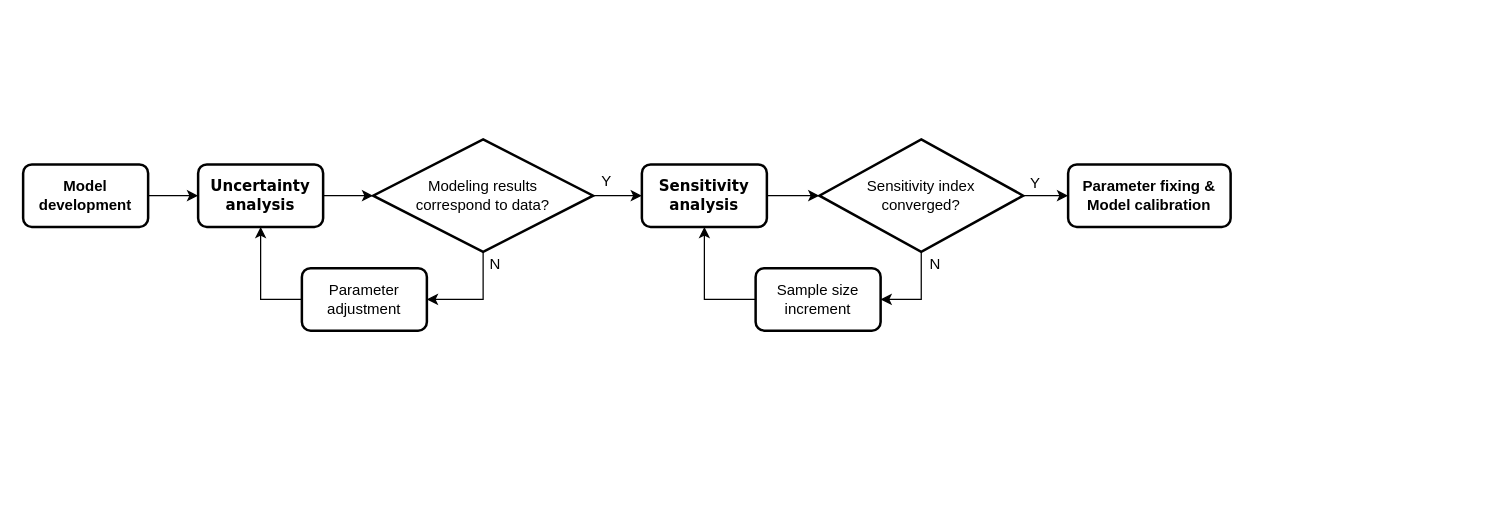
Earlier version of the draw.io diagram diagram/Workflow.drawio (nanhung/pksensi-JSS). Source tidied: cells renumbered, new cells numbered last; positions are measured from the earlier drawing's top-left corner, leaving out a move shared by most shapes. Both pictures are drawn from the tidied source at 125%, with x=0, y=0 at pixel (22, 139).
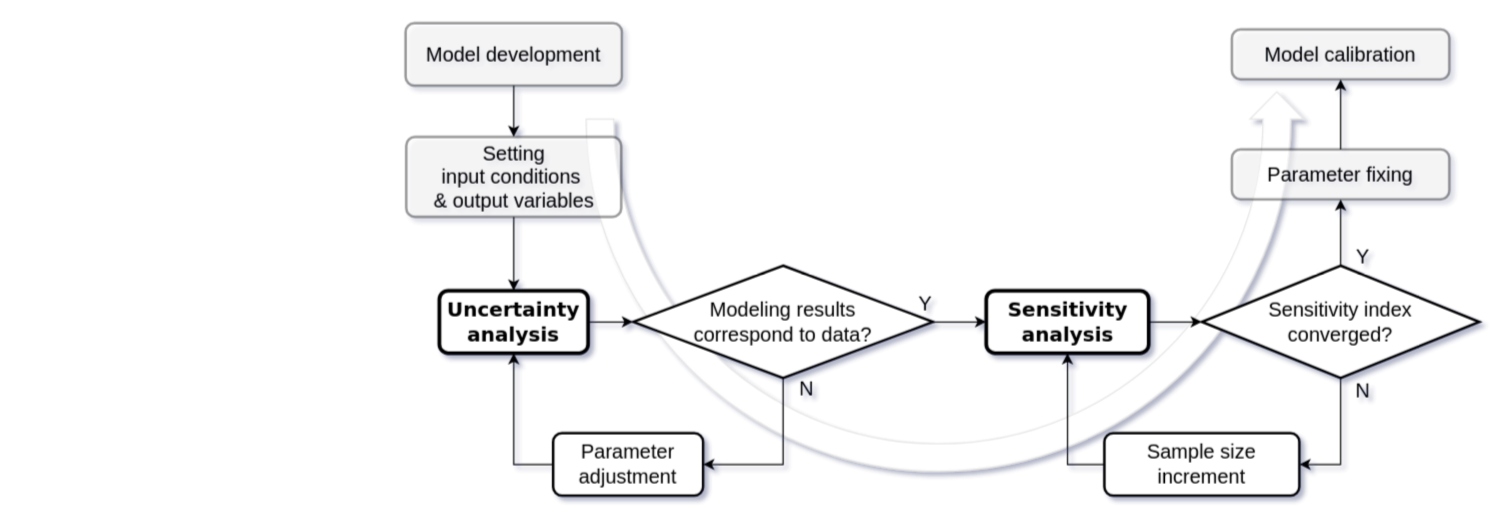
After the change.

Change to the diagram source:
```diff
@@
-<mxGraphModel>
+<mxGraphModel shadow="1">
@@
-    <mxCell id="2" style="edgeStyle=orthogonalEdgeStyle;rounded=0;jettySize=auto;html=1;" parent="1" edge="1" source="3" target="4">
-      <mxGeometry relative="1" as="geometry" />
-    </mxCell>
+    <mxCell id="23" style="html=1;shadow=0;dashed=0;align=center;verticalAlign=middle;shape=mxgraph.arrows2.uTurnArrow;dy=11;arrowHead=43;dx2=21.85;strokeColor=#E6E6E6;strokeWidth=1;rotation=-90;flipV=1;perimeterSpacing=0;" parent="1" vertex="1">
+      <mxGeometry x="707" y="-52" width="61" height="574" as="geometry" />
+    </mxCell>
+    <mxCell id="24" style="edgeStyle=orthogonalEdgeStyle;rounded=0;jettySize=auto;html=1;" parent="1" edge="1" source="3" target="28">
+      <mxGeometry relative="1" as="geometry" />
+    </mxCell>
-    <mxCell id="3" value="&lt;b&gt;Model development&lt;/b&gt;" style="rounded=1;whiteSpace=wrap;html=1;absoluteArcSize=1;arcSize=14;strokeWidth=2;" parent="1" vertex="1">
-      <mxGeometry y="20" width="100" height="50" as="geometry" />
+    <mxCell id="3" value="&lt;font style=&quot;font-size: 16px&quot;&gt;Model development&lt;/font&gt;" style="rounded=1;whiteSpace=wrap;html=1;absoluteArcSize=1;arcSize=14;strokeWidth=2;opacity=40;" parent="1" vertex="1">
+      <mxGeometry x="306" y="-93" width="173" height="50" as="geometry" />
     </mxCell>
-    <mxCell id="4" value="&lt;font face=&quot;Verdana&quot;&gt;&lt;b&gt;Uncertainty analysis&lt;/b&gt;&lt;/font&gt;" style="rounded=1;whiteSpace=wrap;html=1;absoluteArcSize=1;arcSize=14;strokeWidth=2;" parent="1" vertex="1">
-      <mxGeometry x="140" y="20" width="100" height="50" as="geometry" />
+    <mxCell id="4" value="&lt;font style=&quot;font-size: 16px&quot; face=&quot;Verdana&quot;&gt;&lt;b&gt;Uncertainty analysis&lt;/b&gt;&lt;/font&gt;" style="rounded=1;whiteSpace=wrap;html=1;absoluteArcSize=1;arcSize=14;strokeWidth=3;" parent="1" vertex="1">
+      <mxGeometry x="333" y="121" width="119" height="50" as="geometry" />
     </mxCell>
+    <mxCell id="8" style="edgeStyle=orthogonalEdgeStyle;rounded=0;jettySize=auto;html=1;" parent="1" edge="1" source="5" target="7">
+      <mxGeometry relative="1" as="geometry" />
+    </mxCell>
-    <mxCell id="5" value="&lt;div&gt;&lt;font style=&quot;font-size: 12px&quot;&gt;Modeling results &lt;br&gt;&lt;/font&gt;&lt;/div&gt;&lt;div&gt;&lt;font style=&quot;font-size: 12px&quot;&gt;correspond to data?&lt;/font&gt;&lt;/div&gt;" style="strokeWidth=2;html=1;shape=mxgraph.flowchart.decision;whiteSpace=wrap;" parent="1" vertex="1">
-      <mxGeometry x="280" width="176" height="90" as="geometry" />
+    <mxCell id="5" value="&lt;div style=&quot;font-size: 16px&quot;&gt;&lt;font style=&quot;font-size: 16px&quot;&gt;Modeling results &lt;br&gt;&lt;/font&gt;&lt;/div&gt;&lt;div style=&quot;font-size: 16px&quot;&gt;&lt;font style=&quot;font-size: 16px&quot;&gt;correspond to data?&lt;/font&gt;&lt;/div&gt;" style="strokeWidth=2;html=1;shape=mxgraph.flowchart.decision;whiteSpace=wrap;" parent="1" vertex="1">
+      <mxGeometry x="488" y="101" width="240" height="90" as="geometry" />
     </mxCell>
@@
-    <mxCell id="7" value="&lt;font face=&quot;Verdana&quot;&gt;&lt;b&gt;Sensitivity analysis&lt;/b&gt;&lt;/font&gt;" style="rounded=1;whiteSpace=wrap;html=1;absoluteArcSize=1;arcSize=14;strokeWidth=2;" parent="1" vertex="1">
-      <mxGeometry x="495" y="20" width="100" height="50" as="geometry" />
+    <mxCell id="7" value="&lt;font style=&quot;font-size: 16px&quot; face=&quot;Verdana&quot;&gt;&lt;b&gt;Sensitivity analysis&lt;/b&gt;&lt;/font&gt;" style="rounded=1;whiteSpace=wrap;html=1;absoluteArcSize=1;arcSize=14;strokeWidth=3;" parent="1" vertex="1">
+      <mxGeometry x="770.5" y="121" width="130" height="50" as="geometry" />
     </mxCell>
-    <mxCell id="8" style="edgeStyle=orthogonalEdgeStyle;rounded=0;jettySize=auto;html=1;" parent="1" edge="1" source="5" target="7">
-      <mxGeometry relative="1" as="geometry" />
-    </mxCell>
@@
-    <mxCell id="10" value="Parameter adjustment" style="rounded=1;whiteSpace=wrap;html=1;absoluteArcSize=1;arcSize=14;strokeWidth=2;" parent="1" vertex="1">
-      <mxGeometry x="223" y="103" width="100" height="50" as="geometry" />
+    <mxCell id="10" value="&lt;font style=&quot;font-size: 16px&quot;&gt;Parameter adjustment&lt;/font&gt;" style="rounded=1;whiteSpace=wrap;html=1;absoluteArcSize=1;arcSize=14;strokeWidth=2;" parent="1" vertex="1">
+      <mxGeometry x="424" y="235" width="120" height="50" as="geometry" />
     </mxCell>
-    <mxCell id="11" style="edgeStyle=orthogonalEdgeStyle;rounded=0;jettySize=auto;html=1;entryX=1;entryY=0.5;entryDx=0;entryDy=0;" parent="1" edge="1" source="5" target="10">
+    <mxCell id="11" style="edgeStyle=orthogonalEdgeStyle;rounded=0;jettySize=auto;html=1;entryX=1;entryY=0.5;entryDx=0;entryDy=0;exitX=0.5;exitY=1;exitDx=0;exitDy=0;exitPerimeter=0;" parent="1" edge="1" source="5" target="10">
       <mxGeometry relative="1" as="geometry" />
     </mxCell>
+    <mxCell id="16" style="edgeStyle=orthogonalEdgeStyle;rounded=0;jettySize=auto;html=1;entryX=1;entryY=0.5;entryDx=0;entryDy=0;" parent="1" edge="1" source="12" target="15">
+      <mxGeometry relative="1" as="geometry" />
+    </mxCell>
+    <mxCell id="18" style="edgeStyle=orthogonalEdgeStyle;rounded=0;jettySize=auto;html=1;" parent="1" edge="1" source="12" target="17">
+      <mxGeometry relative="1" as="geometry" />
+    </mxCell>
-    <mxCell id="12" value="&lt;div&gt;Sensitivity index &lt;br&gt;&lt;/div&gt;&lt;div&gt;converged?&lt;/div&gt;" style="strokeWidth=2;html=1;shape=mxgraph.flowchart.decision;whiteSpace=wrap;" parent="1" vertex="1">
-      <mxGeometry x="637" width="163" height="90" as="geometry" />
+    <mxCell id="12" value="&lt;div style=&quot;font-size: 16px&quot;&gt;&lt;font style=&quot;font-size: 16px&quot;&gt;&lt;font style=&quot;font-size: 16px&quot;&gt;Sensitivity index &lt;/font&gt;&lt;br&gt;&lt;/font&gt;&lt;/div&gt;&lt;div style=&quot;font-size: 16px&quot;&gt;&lt;font style=&quot;font-size: 16px&quot;&gt;converged?&lt;/font&gt;&lt;/div&gt;" style="strokeWidth=2;html=1;shape=mxgraph.flowchart.decision;whiteSpace=wrap;" parent="1" vertex="1">
+      <mxGeometry x="943" y="101" width="222" height="90" as="geometry" />
     </mxCell>
@@
-    <mxCell id="15" value="Sample size increment" style="rounded=1;whiteSpace=wrap;html=1;absoluteArcSize=1;arcSize=14;strokeWidth=2;" parent="1" vertex="1">
-      <mxGeometry x="586" y="103" width="100" height="50" as="geometry" />
+    <mxCell id="15" value="&lt;font style=&quot;font-size: 16px&quot;&gt;Sample size increment&lt;/font&gt;" style="rounded=1;whiteSpace=wrap;html=1;absoluteArcSize=1;arcSize=14;strokeWidth=2;" parent="1" vertex="1">
+      <mxGeometry x="865" y="235" width="156" height="50" as="geometry" />
     </mxCell>
-    <mxCell id="16" style="edgeStyle=orthogonalEdgeStyle;rounded=0;jettySize=auto;html=1;entryX=1;entryY=0.5;entryDx=0;entryDy=0;exitX=0.5;exitY=1;exitDx=0;exitDy=0;exitPerimeter=0;" parent="1" edge="1" source="12" target="15">
-      <mxGeometry relative="1" as="geometry">
-        <Array as="points">
-          <mxPoint x="718" y="128" />
-        </Array>
-      </mxGeometry>
-    </mxCell>
+    <mxCell id="25" style="edgeStyle=orthogonalEdgeStyle;rounded=0;jettySize=auto;html=1;" parent="1" edge="1" source="17" target="30">
+      <mxGeometry relative="1" as="geometry" />
+    </mxCell>
-    <mxCell id="17" value="&lt;div&gt;&lt;b&gt;Parameter fixing &amp;amp; &lt;br&gt;&lt;/b&gt;&lt;/div&gt;&lt;div&gt;&lt;b&gt;Model calibration&lt;/b&gt;&lt;/div&gt;" style="rounded=1;whiteSpace=wrap;html=1;absoluteArcSize=1;arcSize=14;strokeWidth=2;" parent="1" vertex="1">
-      <mxGeometry x="836" y="20" width="130" height="50" as="geometry" />
+    <mxCell id="17" value="&lt;div style=&quot;font-size: 16px&quot;&gt;&lt;font style=&quot;font-size: 16px&quot;&gt;Parameter fixing &lt;br&gt;&lt;/font&gt;&lt;/div&gt;" style="rounded=1;whiteSpace=wrap;html=1;absoluteArcSize=1;arcSize=14;strokeWidth=2;opacity=40;" parent="1" vertex="1">
+      <mxGeometry x="967" y="8" width="174" height="40" as="geometry" />
     </mxCell>
-    <mxCell id="18" style="edgeStyle=orthogonalEdgeStyle;rounded=0;jettySize=auto;html=1;entryX=0;entryY=0.5;entryDx=0;entryDy=0;" parent="1" edge="1" source="12" target="17">
-      <mxGeometry relative="1" as="geometry" />
-    </mxCell>
-    <mxCell id="19" value="Y" style="text;html=1;strokeColor=none;fillColor=none;align=center;verticalAlign=middle;whiteSpace=wrap;rounded=0;" parent="1" vertex="1">
-      <mxGeometry x="447" y="24" width="40" height="20" as="geometry" />
+    <mxCell id="19" value="&lt;font style=&quot;font-size: 16px&quot;&gt;Y&lt;/font&gt;" style="text;html=1;strokeColor=none;fillColor=none;align=center;verticalAlign=middle;whiteSpace=wrap;rounded=0;" parent="1" vertex="1">
+      <mxGeometry x="701.5" y="121" width="40" height="20" as="geometry" />
     </mxCell>
-    <mxCell id="20" value="Y" style="text;html=1;strokeColor=none;fillColor=none;align=center;verticalAlign=middle;whiteSpace=wrap;rounded=0;" parent="1" vertex="1">
-      <mxGeometry x="790" y="25" width="40" height="20" as="geometry" />
+    <mxCell id="20" value="&lt;font style=&quot;font-size: 16px&quot;&gt;Y&lt;/font&gt;" style="text;html=1;strokeColor=none;fillColor=none;align=center;verticalAlign=middle;whiteSpace=wrap;rounded=0;" parent="1" vertex="1">
+      <mxGeometry x="1051.5" y="84" width="40" height="20" as="geometry" />
     </mxCell>
-    <mxCell id="21" value="N" style="text;html=1;strokeColor=none;fillColor=none;align=center;verticalAlign=middle;whiteSpace=wrap;rounded=0;" parent="1" vertex="1">
-      <mxGeometry x="358" y="90" width="40" height="20" as="geometry" />
-    </mxCell>
-    <mxCell id="22" value="N" style="text;html=1;strokeColor=none;fillColor=none;align=center;verticalAlign=middle;whiteSpace=wrap;rounded=0;" parent="1" vertex="1">
-      <mxGeometry x="710" y="90" width="40" height="20" as="geometry" />
-    </mxCell>
+    <mxCell id="26" value="&lt;font style=&quot;font-size: 16px&quot;&gt;N&lt;/font&gt;" style="text;html=1;strokeColor=none;fillColor=none;align=center;verticalAlign=middle;whiteSpace=wrap;rounded=0;" parent="1" vertex="1">
+      <mxGeometry x="1051.5" y="191" width="40" height="20" as="geometry" />
+    </mxCell>
+    <mxCell id="27" style="edgeStyle=orthogonalEdgeStyle;rounded=0;jettySize=auto;html=1;" parent="1" edge="1" source="28" target="4">
+      <mxGeometry relative="1" as="geometry" />
+    </mxCell>
+    <mxCell id="28" value="&lt;div style=&quot;font-size: 16px&quot;&gt;&lt;font style=&quot;font-size: 16px&quot;&gt;Setting &lt;br&gt;&lt;/font&gt;&lt;/div&gt;&lt;div style=&quot;font-size: 16px&quot;&gt;&lt;font style=&quot;font-size: 16px&quot;&gt;input conditions&amp;nbsp; &lt;br&gt;&lt;/font&gt;&lt;/div&gt;&lt;div style=&quot;font-size: 16px&quot;&gt;&lt;font style=&quot;font-size: 16px&quot;&gt;&amp;amp; output variables&lt;/font&gt;&lt;/div&gt;" style="rounded=1;whiteSpace=wrap;html=1;absoluteArcSize=1;arcSize=14;strokeWidth=2;opacity=40;" parent="1" vertex="1">
+      <mxGeometry x="306.5" y="-2" width="172" height="64" as="geometry" />
+    </mxCell>
+    <mxCell id="29" value="&lt;font style=&quot;font-size: 16px&quot;&gt;N&lt;/font&gt;" style="text;html=1;strokeColor=none;fillColor=none;align=center;verticalAlign=middle;whiteSpace=wrap;rounded=0;" parent="1" vertex="1">
+      <mxGeometry x="606.5" y="189" width="40" height="20" as="geometry" />
+    </mxCell>
+    <mxCell id="30" value="&lt;div style=&quot;font-size: 16px&quot;&gt;Model calibration&lt;font style=&quot;font-size: 16px&quot;&gt;&lt;br&gt;&lt;/font&gt;&lt;/div&gt;" style="rounded=1;whiteSpace=wrap;html=1;absoluteArcSize=1;arcSize=14;strokeWidth=2;opacity=40;" parent="1" vertex="1">
+      <mxGeometry x="967" y="-88" width="174" height="40" as="geometry" />
+    </mxCell>
```
